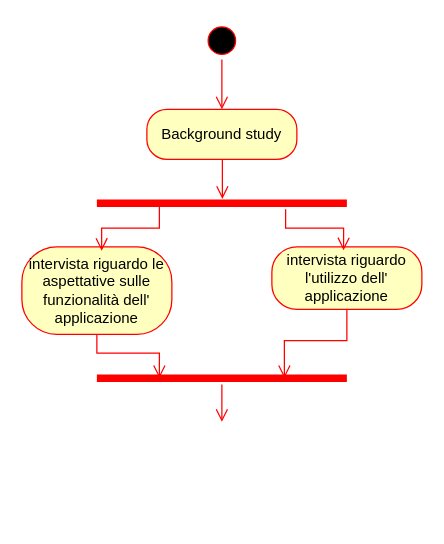
Barbera9/mixed keeps this draw.io diagram as grafi/Diagramma senza titolo.drawio. Above is the earlier version. Source tidied: cells renumbered, new cells numbered last; positions are measured from the earlier drawing's top-left corner, leaving out a move shared by most shapes. Both pictures are drawn from the tidied source at 125%, with x=0, y=0 at pixel (21, 21).
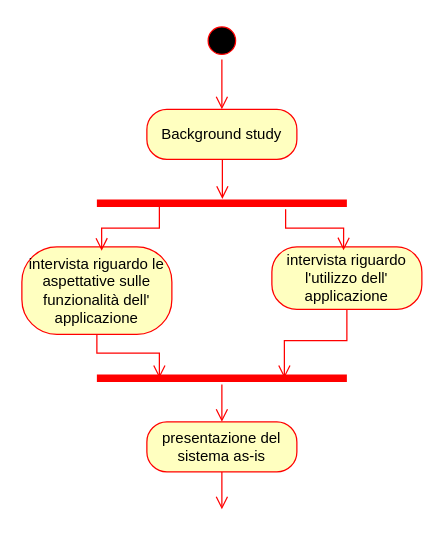
After the change.

Unchanged cells that the change refers to:
```xml
<mxCell id="13" style="shape=line;html=1;strokeWidth=6;strokeColor=#ff0000;" parent="1" vertex="1">
  <mxGeometry x="60" y="280" width="200" height="10" as="geometry" />
</mxCell>
```

What changed in the source:
```diff
@@
-    <mxCell id="14" style="edgeStyle=orthogonalEdgeStyle;html=1;verticalAlign=bottom;endArrow=open;endSize=8;strokeColor=#ff0000;rounded=0;" parent="1" edge="1" source="13">
-      <mxGeometry relative="1" as="geometry">
-        <mxPoint x="160" y="320" as="targetPoint" />
-      </mxGeometry>
+    <mxCell id="14" style="edgeStyle=orthogonalEdgeStyle;html=1;verticalAlign=bottom;endArrow=open;endSize=8;strokeColor=#ff0000;rounded=0;entryX=0.5;entryY=0;entryDx=0;entryDy=0;" parent="1" edge="1" source="13" target="15">
+      <mxGeometry relative="1" as="geometry" />
     </mxCell>
+    <mxCell id="15" value="presentazione del sistema as-is" style="rounded=1;whiteSpace=wrap;html=1;arcSize=40;fontColor=#000000;fillColor=#ffffc0;strokeColor=#ff0000;" parent="1" vertex="1">
+      <mxGeometry x="100" y="320" width="120" height="40" as="geometry" />
+    </mxCell>
+    <mxCell id="16" style="edgeStyle=orthogonalEdgeStyle;html=1;verticalAlign=bottom;endArrow=open;endSize=8;strokeColor=#ff0000;rounded=0;" parent="1" edge="1" source="15">
+      <mxGeometry relative="1" as="geometry">
+        <mxPoint x="160" y="390" as="targetPoint" />
+      </mxGeometry>
+    </mxCell>
```
